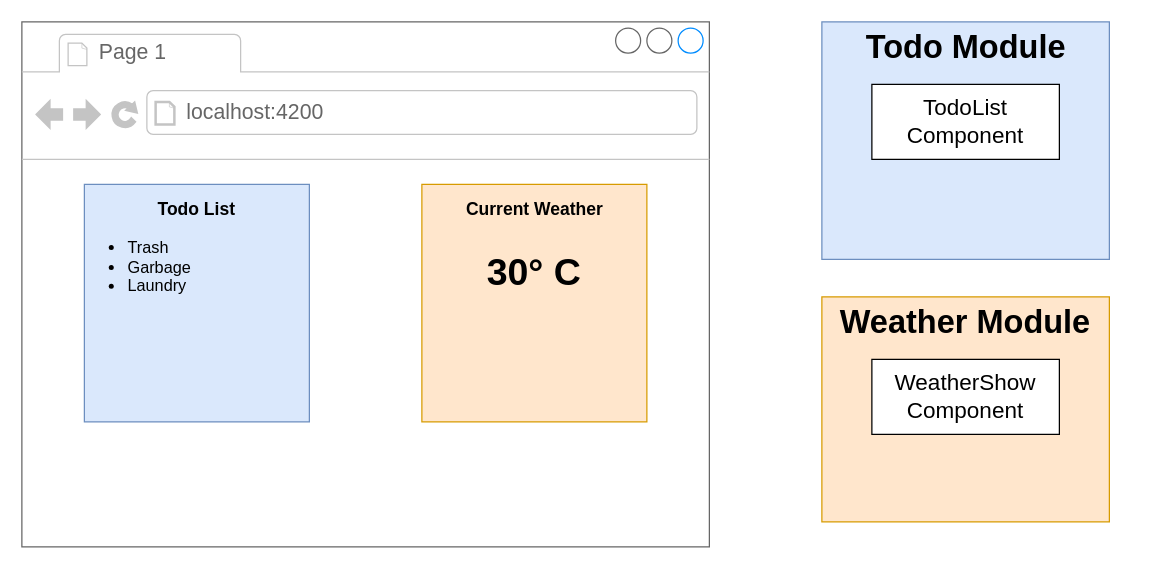
Above: page "06 - mods" (4 of 15) of diagrams/comps/diagrams.drawio in StephenGrider/ng-casts (draw.io), before the change. Source tidied: cells renumbered, new cells numbered last; positions are measured from the earlier drawing's top-left corner, leaving out a move shared by most shapes. Both pictures are drawn from the tidied source at 125%, with x=0, y=0 at pixel (21, 21).
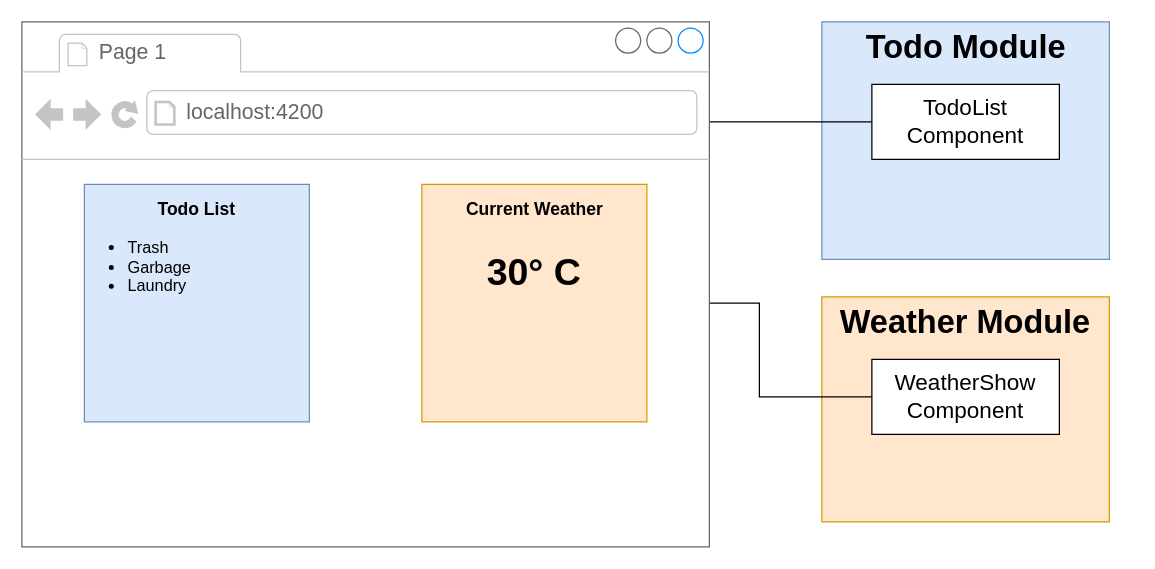
After the change.

The edit, as a diff of the source:
```diff
@@
 <mxGraphModel>
   <root>
     <mxCell id="0" />
     <mxCell id="1" parent="0" />
     <mxCell id="2" style="rounded=0;whiteSpace=wrap;html=1;fontSize=26;align=center;fillColor=#dae8fc;strokeColor=#6c8ebf;" parent="1" vertex="1">
       <mxGeometry x="640" width="230" height="190" as="geometry" />
     </mxCell>
     <mxCell id="3" value="&lt;b&gt;Todo Module&lt;/b&gt;" style="text;html=1;strokeColor=none;fillColor=none;align=center;verticalAlign=middle;whiteSpace=wrap;rounded=0;fontSize=26;" parent="1" vertex="1">
       <mxGeometry x="662.5" y="10" width="185" height="20" as="geometry" />
     </mxCell>
     <mxCell id="4" style="rounded=0;whiteSpace=wrap;html=1;fontSize=26;align=center;fillColor=#ffe6cc;strokeColor=#d79b00;" parent="1" vertex="1">
       <mxGeometry x="640" y="220" width="230" height="180" as="geometry" />
     </mxCell>
     <mxCell id="5" value="&lt;b&gt;Weather Module&lt;/b&gt;" style="text;html=1;strokeColor=none;fillColor=none;align=center;verticalAlign=middle;whiteSpace=wrap;rounded=0;fontSize=26;" parent="1" vertex="1">
       <mxGeometry x="621.2" y="230" width="267.5" height="20" as="geometry" />
     </mxCell>
+    <mxCell id="17" style="edgeStyle=orthogonalEdgeStyle;rounded=0;jettySize=auto;html=1;exitX=0;exitY=0.5;exitDx=0;exitDy=0;entryX=0.5;entryY=0;entryDx=0;entryDy=0;fontSize=24;" parent="1" edge="1" source="6" target="11">
+      <mxGeometry relative="1" as="geometry" />
+    </mxCell>
     <mxCell id="6" value="TodoList Component" style="rounded=0;whiteSpace=wrap;html=1;fontSize=18;align=center;" parent="1" vertex="1">
       <mxGeometry x="680" y="50" width="150" height="60" as="geometry" />
     </mxCell>
+    <mxCell id="18" style="edgeStyle=orthogonalEdgeStyle;rounded=0;jettySize=auto;html=1;exitX=0;exitY=0.5;exitDx=0;exitDy=0;fontSize=24;" parent="1" edge="1" source="7" target="14">
+      <mxGeometry relative="1" as="geometry" />
+    </mxCell>
     <mxCell id="7" value="WeatherShow Component" style="rounded=0;whiteSpace=wrap;html=1;fontSize=18;align=center;" parent="1" vertex="1">
       <mxGeometry x="680" y="270" width="150" height="60" as="geometry" />
     </mxCell>
     <mxCell id="8" style="strokeWidth=1;shadow=0;dashed=0;align=center;html=1;shape=mxgraph.mockup.containers.browserWindow;rSize=0;strokeColor=#666666;strokeColor2=#008cff;strokeColor3=#c4c4c4;mainText=,;fontSize=14;" parent="1" vertex="1">
       <mxGeometry width="550" height="420" as="geometry" />
     </mxCell>
     <mxCell id="9" value="Page 1" style="strokeWidth=1;shadow=0;dashed=0;align=center;html=1;shape=mxgraph.mockup.containers.anchor;fontSize=17;fontColor=#666666;align=left;" parent="8" vertex="1">
       <mxGeometry x="60" y="12" width="110" height="26" as="geometry" />
     </mxCell>
     <mxCell id="10" value="localhost:4200" style="strokeWidth=1;shadow=0;dashed=0;align=center;html=1;shape=mxgraph.mockup.containers.anchor;rSize=0;fontSize=17;fontColor=#666666;align=left;" parent="8" vertex="1">
       <mxGeometry x="130" y="60" width="250" height="26" as="geometry" />
     </mxCell>
     <mxCell id="11" style="rounded=0;whiteSpace=wrap;html=1;fontSize=14;align=center;fillColor=#dae8fc;strokeColor=#6c8ebf;" parent="8" vertex="1">
       <mxGeometry x="50" y="130" width="180" height="190" as="geometry" />
     </mxCell>
     <mxCell id="12" value="Todo List" style="text;html=1;strokeColor=none;fillColor=none;align=center;verticalAlign=middle;whiteSpace=wrap;rounded=0;fontSize=14;fontStyle=1;" parent="8" vertex="1">
       <mxGeometry x="95" y="140" width="90" height="20" as="geometry" />
     </mxCell>
     <mxCell id="13" value="&lt;h1 style=&quot;font-size: 13px&quot;&gt;&lt;ul&gt;&lt;li&gt;&lt;span style=&quot;font-weight: normal&quot;&gt;Trash&lt;/span&gt;&lt;/li&gt;&lt;li&gt;&lt;span style=&quot;font-weight: normal&quot;&gt;Garbage&lt;/span&gt;&lt;/li&gt;&lt;li&gt;&lt;span style=&quot;font-weight: normal&quot;&gt;Laundry&lt;/span&gt;&lt;/li&gt;&lt;/ul&gt;&lt;/h1&gt;" style="text;html=1;strokeColor=none;fillColor=none;spacing=5;spacingTop=-20;whiteSpace=wrap;overflow=hidden;rounded=0;fontSize=14;align=left;" parent="8" vertex="1">
       <mxGeometry x="40" y="170" width="140" height="120" as="geometry" />
     </mxCell>
     <mxCell id="14" style="rounded=0;whiteSpace=wrap;html=1;fontSize=14;align=center;fillColor=#ffe6cc;strokeColor=#d79b00;" parent="8" vertex="1">
       <mxGeometry x="320" y="130" width="180" height="190" as="geometry" />
     </mxCell>
     <mxCell id="15" value="Current Weather" style="text;html=1;strokeColor=none;fillColor=none;align=center;verticalAlign=middle;whiteSpace=wrap;rounded=0;fontSize=14;fontStyle=1;" parent="8" vertex="1">
       <mxGeometry x="332.5" y="140" width="155" height="20" as="geometry" />
     </mxCell>
     <mxCell id="16" value="30° C" style="text;html=1;strokeColor=none;fillColor=none;align=center;verticalAlign=middle;whiteSpace=wrap;rounded=0;fontSize=30;fontStyle=1;" parent="8" vertex="1">
       <mxGeometry x="345" y="190" width="130" height="20" as="geometry" />
     </mxCell>
   </root>
 </mxGraphModel>
```
